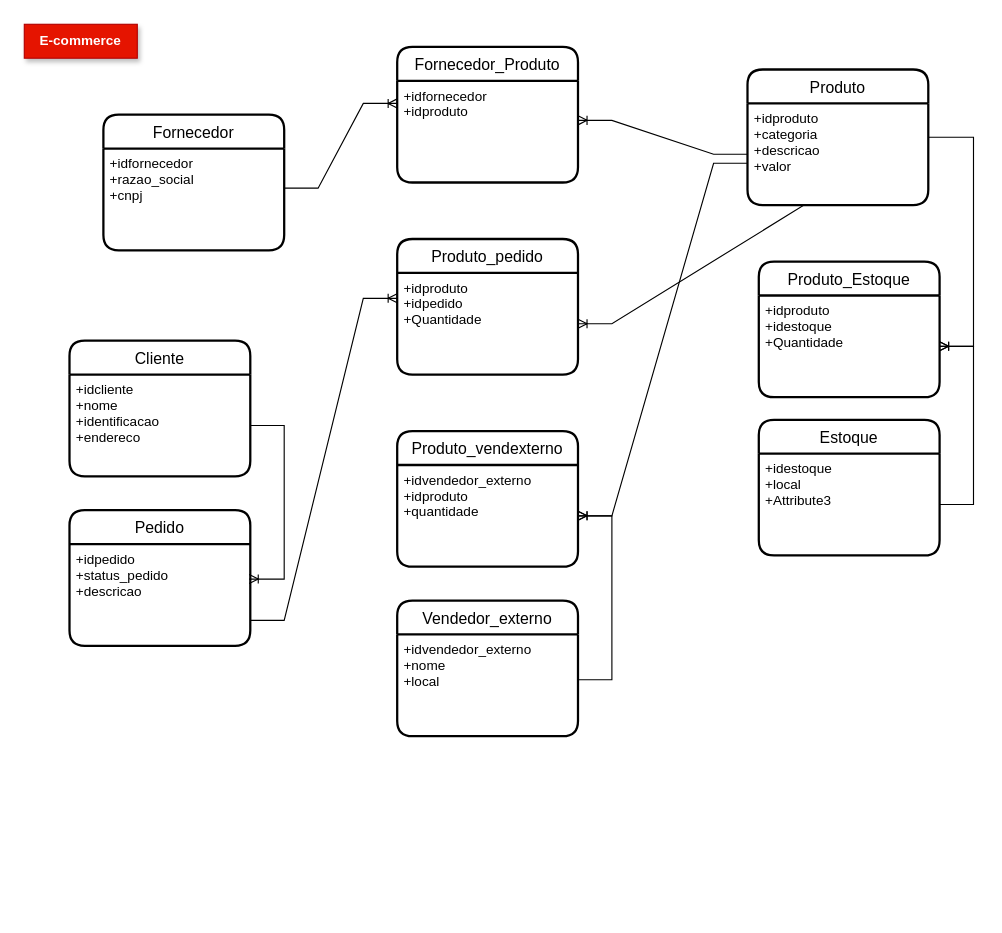
The draw.io diagram Untitled Diagram.drawio in devailton/dio-desafio-github-primeiro-repositorio, before the edit. Source tidied: cells renumbered, new cells numbered last; positions are measured from the earlier drawing's top-left corner, leaving out a move shared by most shapes. Both pictures are drawn from the tidied source at 113%, with x=0, y=0 at pixel (24, 24).
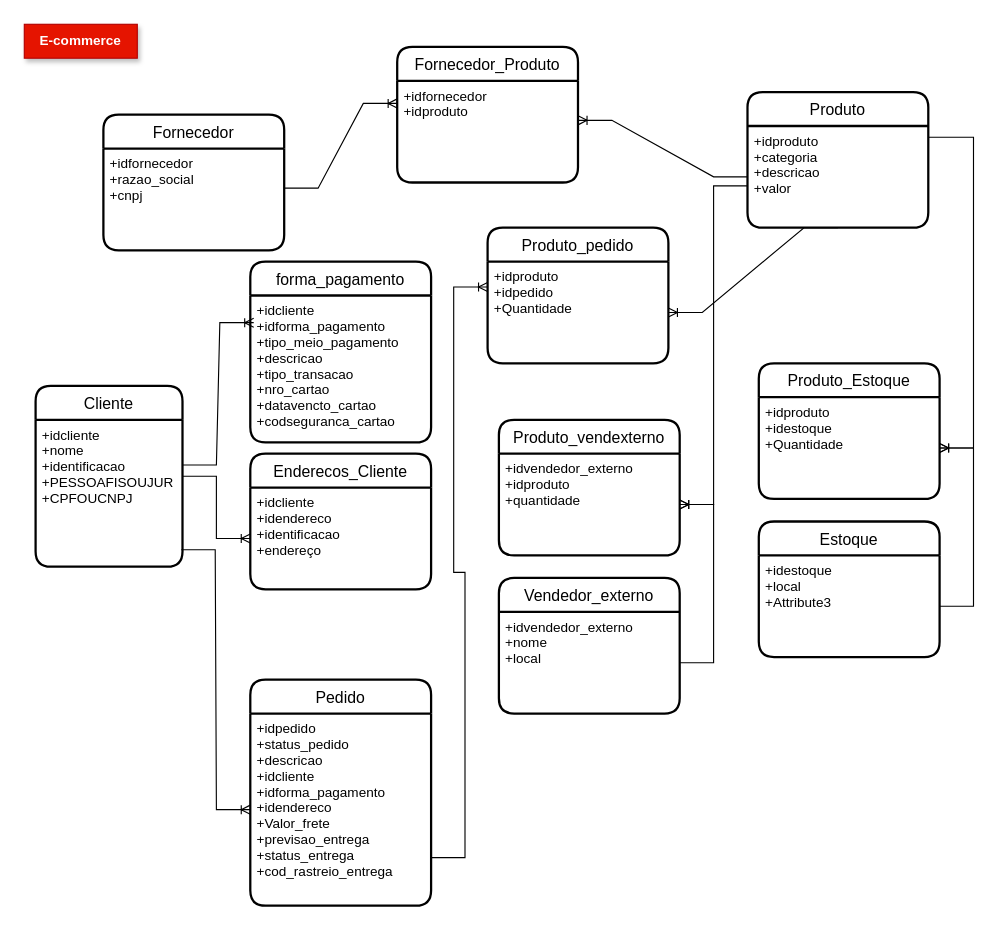
After the change.

Unchanged cells that the change refers to:
```xml
<mxCell id="27" value="+idvendedor_externo&#10;+nome&#10;+local" style="align=left;strokeColor=none;fillColor=none;spacingLeft=4;fontSize=12;verticalAlign=top;rounded=0;shadow=1;glass=0;labelBackgroundColor=none;labelBorderColor=none;sketch=0;fillStyle=auto;fontColor=#000000;" parent="26" vertex="1">
  <mxGeometry y="30" width="160" height="90" as="geometry" />
</mxCell>
<mxCell id="29" value="+idvendedor_externo&#10;+idproduto&#10;+quantidade" style="align=left;strokeColor=none;fillColor=none;spacingLeft=4;fontSize=12;verticalAlign=top;rounded=0;shadow=1;glass=0;labelBackgroundColor=none;labelBorderColor=none;sketch=0;fillStyle=auto;fontColor=#000000;" parent="28" vertex="1">
  <mxGeometry y="30" width="160" height="90" as="geometry" />
</mxCell>
```

Diff of the diagram source:
```diff
@@
     <mxCell id="3" value="Cliente" style="swimlane;horizontal=1;startSize=30;rounded=1;fontSize=14;fontStyle=0;strokeWidth=2;shadow=0;dashed=0;align=center;glass=0;labelBackgroundColor=none;labelBorderColor=none;sketch=0;fillStyle=auto;fontColor=#000000;fillColor=#FFFFFF;gradientColor=none;" parent="1" vertex="1">
-      <mxGeometry x="40" y="280" width="160" height="120" as="geometry" />
+      <mxGeometry x="10" y="320" width="130" height="160" as="geometry" />
     </mxCell>
-    <mxCell id="4" value="+idcliente&#10;+nome&#10;+identificacao&#10;+endereco" style="align=left;strokeColor=none;fillColor=none;spacingLeft=4;fontSize=12;verticalAlign=top;rounded=0;shadow=1;glass=0;labelBackgroundColor=none;labelBorderColor=none;sketch=0;fillStyle=auto;fontColor=#000000;" parent="3" vertex="1">
-      <mxGeometry y="30" width="160" height="90" as="geometry" />
+    <mxCell id="4" value="+idcliente&#10;+nome&#10;+identificacao&#10;+PESSOAFISOUJUR&#10;+CPFOUCNPJ" style="align=left;strokeColor=none;fillColor=none;spacingLeft=4;fontSize=12;verticalAlign=top;rounded=0;shadow=1;glass=0;labelBackgroundColor=none;labelBorderColor=none;sketch=0;fillStyle=auto;fontColor=#000000;" parent="3" vertex="1">
+      <mxGeometry y="30" width="130" height="130" as="geometry" />
     </mxCell>
     <mxCell id="5" value="Produto" style="swimlane;horizontal=1;startSize=30;rounded=1;fontSize=14;fontStyle=0;strokeWidth=2;shadow=0;dashed=0;align=center;glass=0;labelBackgroundColor=none;labelBorderColor=none;sketch=0;fillStyle=auto;fontColor=#000000;fillColor=#FFFFFF;gradientColor=none;" parent="1" vertex="1">
-      <mxGeometry x="640" y="40" width="160" height="120" as="geometry" />
+      <mxGeometry x="640" y="60" width="160" height="120" as="geometry" />
     </mxCell>
@@
     <mxCell id="9" value="Pedido" style="swimlane;horizontal=1;startSize=30;rounded=1;fontSize=14;fontStyle=0;strokeWidth=2;shadow=0;dashed=0;align=center;glass=0;labelBackgroundColor=none;labelBorderColor=none;sketch=0;fillStyle=auto;fontColor=#000000;fillColor=#FFFFFF;gradientColor=none;" parent="1" vertex="1">
-      <mxGeometry x="40" y="430" width="160" height="120" as="geometry" />
+      <mxGeometry x="200" y="580" width="160" height="200" as="geometry" />
     </mxCell>
-    <mxCell id="10" value="+idpedido&#10;+status_pedido&#10;+descricao" style="align=left;strokeColor=none;fillColor=none;spacingLeft=4;fontSize=12;verticalAlign=top;rounded=0;shadow=1;glass=0;labelBackgroundColor=none;labelBorderColor=none;sketch=0;fillStyle=auto;fontColor=#000000;" parent="9" vertex="1">
-      <mxGeometry y="30" width="160" height="90" as="geometry" />
+    <mxCell id="10" value="+idpedido&#10;+status_pedido&#10;+descricao&#10;+idcliente&#10;+idforma_pagamento&#10;+idendereco&#10;+Valor_frete&#10;+previsao_entrega&#10;+status_entrega&#10;+cod_rastreio_entrega" style="align=left;strokeColor=none;fillColor=none;spacingLeft=4;fontSize=12;verticalAlign=top;rounded=0;shadow=1;glass=0;labelBackgroundColor=none;labelBorderColor=none;sketch=0;fillStyle=auto;fontColor=#000000;" parent="9" vertex="1">
+      <mxGeometry y="30" width="160" height="170" as="geometry" />
     </mxCell>
     <mxCell id="11" value="Estoque" style="swimlane;horizontal=1;startSize=30;rounded=1;fontSize=14;fontStyle=0;strokeWidth=2;shadow=0;dashed=0;align=center;glass=0;labelBackgroundColor=none;labelBorderColor=none;sketch=0;fillStyle=auto;fontColor=#000000;fillColor=#FFFFFF;gradientColor=none;" parent="1" vertex="1">
-      <mxGeometry x="650" y="350" width="160" height="120" as="geometry" />
+      <mxGeometry x="650" y="440" width="160" height="120" as="geometry" />
     </mxCell>
@@
     <mxCell id="13" value="Produto_Estoque" style="swimlane;horizontal=1;startSize=30;rounded=1;fontSize=14;fontStyle=0;strokeWidth=2;shadow=0;dashed=0;align=center;glass=0;labelBackgroundColor=none;labelBorderColor=none;sketch=0;fillStyle=auto;fontColor=#000000;fillColor=#FFFFFF;gradientColor=none;" parent="1" vertex="1">
-      <mxGeometry x="650" y="210" width="160" height="120" as="geometry" />
+      <mxGeometry x="650" y="300" width="160" height="120" as="geometry" />
     </mxCell>
@@
-    <mxCell id="17" style="edgeStyle=entityRelationEdgeStyle;fontSize=12;html=1;endArrow=ERoneToMany;rounded=0;fontColor=#000000;entryX=0.994;entryY=0.344;entryDx=0;entryDy=0;entryPerimeter=0;" parent="1" edge="1" source="4" target="10">
+    <mxCell id="17" style="edgeStyle=entityRelationEdgeStyle;fontSize=12;html=1;endArrow=ERoneToMany;rounded=0;fontColor=#000000;exitX=0.992;exitY=0.885;exitDx=0;exitDy=0;exitPerimeter=0;" parent="1" edge="1" source="4" target="10">
       <mxGeometry relative="1" as="geometry" />
     </mxCell>
@@
     <mxCell id="23" value="Produto_pedido" style="swimlane;horizontal=1;startSize=30;rounded=1;fontSize=14;fontStyle=0;strokeWidth=2;shadow=0;dashed=0;align=center;glass=0;labelBackgroundColor=none;labelBorderColor=none;sketch=0;fillStyle=auto;fontColor=#000000;fillColor=#FFFFFF;gradientColor=none;" parent="1" vertex="1">
-      <mxGeometry x="330" y="190" width="160" height="120" as="geometry" />
+      <mxGeometry x="410" y="180" width="160" height="120" as="geometry" />
     </mxCell>
@@
     <mxCell id="26" value="Vendedor_externo" style="swimlane;horizontal=1;startSize=30;rounded=1;fontSize=14;fontStyle=0;strokeWidth=2;shadow=0;dashed=0;align=center;glass=0;labelBackgroundColor=none;labelBorderColor=none;sketch=0;fillStyle=auto;fontColor=#000000;fillColor=#FFFFFF;gradientColor=none;" parent="1" vertex="1">
-      <mxGeometry x="330" y="510" width="160" height="120" as="geometry" />
+      <mxGeometry x="420" y="490" width="160" height="120" as="geometry" />
     </mxCell>
@@
     <mxCell id="28" value="Produto_vendexterno" style="swimlane;horizontal=1;startSize=30;rounded=1;fontSize=14;fontStyle=0;strokeWidth=2;shadow=0;dashed=0;align=center;glass=0;labelBackgroundColor=none;labelBorderColor=none;sketch=0;fillStyle=auto;fontColor=#000000;fillColor=#FFFFFF;gradientColor=none;" parent="1" vertex="1">
-      <mxGeometry x="330" y="360" width="160" height="120" as="geometry" />
+      <mxGeometry x="420" y="350" width="160" height="120" as="geometry" />
     </mxCell>
@@
-    <mxCell id="31" style="edgeStyle=entityRelationEdgeStyle;fontSize=12;html=1;endArrow=ERoneToMany;rounded=0;fontColor=#000000;" parent="1" edge="1" target="29">
-      <mxGeometry relative="1" as="geometry">
-        <mxPoint x="490" y="580" as="sourcePoint" />
-      </mxGeometry>
+    <mxCell id="31" style="edgeStyle=entityRelationEdgeStyle;fontSize=12;html=1;endArrow=ERoneToMany;rounded=0;fontColor=#000000;" parent="1" edge="1" source="27" target="29">
+      <mxGeometry relative="1" as="geometry" />
     </mxCell>
+    <mxCell id="32" value="forma_pagamento" style="swimlane;horizontal=1;startSize=30;rounded=1;fontSize=14;fontStyle=0;strokeWidth=2;shadow=0;dashed=0;align=center;glass=0;labelBackgroundColor=none;labelBorderColor=none;sketch=0;fillStyle=auto;fontColor=#000000;fillColor=#FFFFFF;gradientColor=none;" parent="1" vertex="1">
+      <mxGeometry x="200" y="210" width="160" height="160" as="geometry" />
+    </mxCell>
+    <mxCell id="33" value="+idcliente&#10;+idforma_pagamento&#10;+tipo_meio_pagamento&#10;+descricao&#10;+tipo_transacao&#10;+nro_cartao&#10;+datavencto_cartao&#10;+codseguranca_cartao" style="align=left;strokeColor=none;fillColor=none;spacingLeft=4;fontSize=12;verticalAlign=top;rounded=0;shadow=1;glass=0;labelBackgroundColor=none;labelBorderColor=none;sketch=0;fillStyle=auto;fontColor=#000000;" parent="32" vertex="1">
+      <mxGeometry y="30" width="160" height="130" as="geometry" />
+    </mxCell>
+    <mxCell id="34" style="edgeStyle=entityRelationEdgeStyle;fontSize=12;html=1;endArrow=ERoneToMany;rounded=0;fontColor=#000000;entryX=0.019;entryY=0.185;entryDx=0;entryDy=0;entryPerimeter=0;" parent="1" edge="1" target="33">
+      <mxGeometry relative="1" as="geometry">
+        <mxPoint x="140" y="390" as="sourcePoint" />
+      </mxGeometry>
+    </mxCell>
+    <mxCell id="35" value="Enderecos_Cliente" style="swimlane;horizontal=1;startSize=30;rounded=1;fontSize=14;fontStyle=0;strokeWidth=2;shadow=0;dashed=0;align=center;glass=0;labelBackgroundColor=none;labelBorderColor=none;sketch=0;fillStyle=auto;fontColor=#000000;fillColor=#FFFFFF;gradientColor=none;" parent="1" vertex="1">
+      <mxGeometry x="200" y="380" width="160" height="120" as="geometry" />
+    </mxCell>
+    <mxCell id="36" value="+idcliente&#10;+idendereco&#10;+identificacao&#10;+endereço" style="align=left;strokeColor=none;fillColor=none;spacingLeft=4;fontSize=12;verticalAlign=top;rounded=0;shadow=1;glass=0;labelBackgroundColor=none;labelBorderColor=none;sketch=0;fillStyle=auto;fontColor=#000000;" parent="35" vertex="1">
+      <mxGeometry y="30" width="160" height="90" as="geometry" />
+    </mxCell>
+    <mxCell id="37" style="edgeStyle=entityRelationEdgeStyle;fontSize=12;html=1;endArrow=ERoneToMany;rounded=0;fontColor=#000000;" parent="1" edge="1" target="36">
+      <mxGeometry relative="1" as="geometry">
+        <mxPoint x="140" y="400" as="sourcePoint" />
+      </mxGeometry>
+    </mxCell>
```
